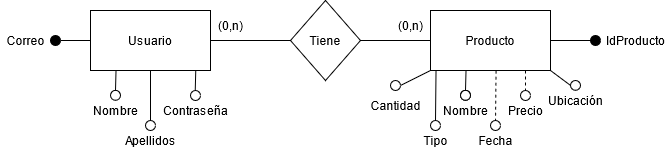
Earlier version of the draw.io export ModeloER/Modelo ER.png (AndreaMendez09/TFG_Gestion_Alimentaria_Del_Hogar). Source tidied: cells renumbered, new cells last; positions are measured from the earlier drawing's top-left corner, leaving out a move shared by most shapes. Source of this version:
```xml
<mxGraphModel>
  <root>
    <mxCell id="0" />
    <mxCell id="1" parent="0" />
    <mxCell id="2" value="Usuario" style="rounded=0;whiteSpace=wrap;html=1;" parent="1" vertex="1">
      <mxGeometry x="90" y="10" width="120" height="60" as="geometry" />
    </mxCell>
    <mxCell id="3" style="endArrow=none;html=1;exitX=1;exitY=0.5;exitDx=0;exitDy=0;" parent="1" edge="1" source="2" target="4">
      <mxGeometry relative="1" as="geometry" />
    </mxCell>
    <mxCell id="4" value="Tiene" style="rhombus;whiteSpace=wrap;html=1;" parent="1" vertex="1">
      <mxGeometry x="290" width="70" height="80" as="geometry" />
    </mxCell>
    <mxCell id="5" value="Producto" style="rounded=0;whiteSpace=wrap;html=1;" parent="1" vertex="1">
      <mxGeometry x="430" y="10" width="120" height="60" as="geometry" />
    </mxCell>
    <mxCell id="6" style="endArrow=none;html=1;entryX=0;entryY=0.5;entryDx=0;entryDy=0;exitX=1;exitY=0.5;exitDx=0;exitDy=0;" parent="1" edge="1" source="4" target="5">
      <mxGeometry relative="1" as="geometry" />
    </mxCell>
    <mxCell id="7" style="endArrow=none;html=1;entryX=1;entryY=0.5;entryDx=0;entryDy=0;" parent="1" edge="1" target="5">
      <mxGeometry relative="1" as="geometry">
        <mxPoint x="590" y="40" as="sourcePoint" />
      </mxGeometry>
    </mxCell>
    <mxCell id="8" style="ellipse;whiteSpace=wrap;html=1;fillColor=#000000;" parent="1" vertex="1">
      <mxGeometry x="590" y="35" width="10" height="10" as="geometry" />
    </mxCell>
    <mxCell id="9" value="IdProducto" style="text;html=1;align=center;verticalAlign=middle;" parent="1" vertex="1">
      <mxGeometry x="600" y="30" width="70" height="20" as="geometry" />
    </mxCell>
    <mxCell id="10" style="endArrow=none;html=1;exitX=0.546;exitY=1.003;exitDx=0;exitDy=0;entryX=0.5;entryY=0;entryDx=0;entryDy=0;exitPerimeter=0;dashed=1;" parent="1" edge="1" source="5" target="11">
      <mxGeometry relative="1" as="geometry" />
    </mxCell>
    <mxCell id="11" style="ellipse;whiteSpace=wrap;html=1;fillColor=#FFFFFF;" parent="1" vertex="1">
      <mxGeometry x="490" y="120" width="10" height="10" as="geometry" />
    </mxCell>
    <mxCell id="12" style="endArrow=none;html=1;entryX=0.5;entryY=0;entryDx=0;entryDy=0;dashed=1;" parent="1" edge="1" target="13">
      <mxGeometry relative="1" as="geometry">
        <mxPoint x="525" y="70" as="sourcePoint" />
      </mxGeometry>
    </mxCell>
    <mxCell id="13" style="ellipse;whiteSpace=wrap;html=1;fillColor=#FFFFFF;" parent="1" vertex="1">
      <mxGeometry x="520" y="90" width="10" height="10" as="geometry" />
    </mxCell>
    <mxCell id="14" style="endArrow=none;html=1;exitX=0.546;exitY=1.003;exitDx=0;exitDy=0;entryX=0.5;entryY=0;entryDx=0;entryDy=0;exitPerimeter=0;" parent="1" edge="1" target="15">
      <mxGeometry relative="1" as="geometry">
        <mxPoint x="465.5" y="70" as="sourcePoint" />
      </mxGeometry>
    </mxCell>
    <mxCell id="15" style="ellipse;whiteSpace=wrap;html=1;fillColor=#FFFFFF;" parent="1" vertex="1">
      <mxGeometry x="460" y="89.8" width="10" height="10" as="geometry" />
    </mxCell>
    <mxCell id="16" style="endArrow=none;html=1;exitX=0.546;exitY=1.003;exitDx=0;exitDy=0;entryX=0.5;entryY=0;entryDx=0;entryDy=0;exitPerimeter=0;" parent="1" edge="1" target="17">
      <mxGeometry relative="1" as="geometry">
        <mxPoint x="435.5" y="70.2" as="sourcePoint" />
      </mxGeometry>
    </mxCell>
    <mxCell id="17" style="ellipse;whiteSpace=wrap;html=1;fillColor=#FFFFFF;" parent="1" vertex="1">
      <mxGeometry x="430" y="120" width="10" height="10" as="geometry" />
    </mxCell>
    <mxCell id="18" value="Precio" style="text;html=1;align=center;verticalAlign=middle;" parent="1" vertex="1">
      <mxGeometry x="500" y="99.8" width="50" height="20" as="geometry" />
    </mxCell>
    <mxCell id="19" value="Fecha" style="text;html=1;align=center;verticalAlign=middle;" parent="1" vertex="1">
      <mxGeometry x="470" y="130" width="50" height="20" as="geometry" />
    </mxCell>
    <mxCell id="20" value="Nombre" style="text;html=1;align=center;verticalAlign=middle;" parent="1" vertex="1">
      <mxGeometry x="435" y="99.8" width="60" height="20" as="geometry" />
    </mxCell>
    <mxCell id="21" value="Tipo" style="text;html=1;align=center;verticalAlign=middle;" parent="1" vertex="1">
      <mxGeometry x="415" y="130" width="40" height="20" as="geometry" />
    </mxCell>
    <mxCell id="22" style="ellipse;whiteSpace=wrap;html=1;fillColor=#FFFFFF;" parent="1" vertex="1">
      <mxGeometry x="460" y="89.8" width="10" height="10" as="geometry" />
    </mxCell>
    <mxCell id="23" style="endArrow=none;html=1;exitX=1;exitY=1;exitDx=0;exitDy=0;entryX=0;entryY=0.5;entryDx=0;entryDy=0;" parent="1" edge="1" target="24">
      <mxGeometry relative="1" as="geometry">
        <mxPoint x="550" y="70" as="sourcePoint" />
      </mxGeometry>
    </mxCell>
    <mxCell id="24" style="ellipse;whiteSpace=wrap;html=1;fillColor=#FFFFFF;" parent="1" vertex="1">
      <mxGeometry x="570" y="80" width="10" height="9.8" as="geometry" />
    </mxCell>
    <mxCell id="25" value="Ubicación" style="text;html=1;align=center;verticalAlign=middle;" parent="1" vertex="1">
      <mxGeometry x="540" y="90" width="70" height="20" as="geometry" />
    </mxCell>
    <mxCell id="26" style="endArrow=none;html=1;exitX=0;exitY=1;exitDx=0;exitDy=0;entryX=1;entryY=0.5;entryDx=0;entryDy=0;" parent="1" edge="1" source="5" target="27">
      <mxGeometry relative="1" as="geometry" />
    </mxCell>
    <mxCell id="27" style="ellipse;whiteSpace=wrap;html=1;fillColor=#FFFFFF;" parent="1" vertex="1">
      <mxGeometry x="390" y="80" width="10" height="10" as="geometry" />
    </mxCell>
    <mxCell id="28" value="Cantidad" style="text;html=1;align=center;verticalAlign=middle;" parent="1" vertex="1">
      <mxGeometry x="360" y="94.9" width="70" height="20" as="geometry" />
    </mxCell>
    <mxCell id="29" style="endArrow=none;html=1;entryX=0;entryY=0.5;entryDx=0;entryDy=0;" parent="1" edge="1" source="30" target="2">
      <mxGeometry relative="1" as="geometry" />
    </mxCell>
    <mxCell id="30" style="ellipse;whiteSpace=wrap;html=1;fillColor=#000000;" parent="1" vertex="1">
      <mxGeometry x="50" y="35" width="10" height="10" as="geometry" />
    </mxCell>
    <mxCell id="31" style="endArrow=none;html=1;entryX=0;entryY=0.5;entryDx=0;entryDy=0;" parent="1" edge="1" target="30">
      <mxGeometry relative="1" as="geometry">
        <mxPoint x="50" y="40" as="sourcePoint" />
      </mxGeometry>
    </mxCell>
    <mxCell id="32" value="Correo" style="text;html=1;align=center;verticalAlign=middle;" parent="1" vertex="1">
      <mxGeometry y="30" width="50" height="20" as="geometry" />
    </mxCell>
    <mxCell id="33" style="endArrow=none;html=1;exitX=0.546;exitY=1.003;exitDx=0;exitDy=0;entryX=0.5;entryY=0;entryDx=0;entryDy=0;exitPerimeter=0;" parent="1" edge="1">
      <mxGeometry relative="1" as="geometry">
        <mxPoint x="115.5" y="70" as="sourcePoint" />
        <mxPoint x="115" y="89.8" as="targetPoint" />
      </mxGeometry>
    </mxCell>
    <mxCell id="34" style="ellipse;whiteSpace=wrap;html=1;fillColor=#FFFFFF;" parent="1" vertex="1">
      <mxGeometry x="110" y="89.8" width="10" height="10" as="geometry" />
    </mxCell>
    <mxCell id="35" value="Nombre" style="text;html=1;align=center;verticalAlign=middle;" parent="1" vertex="1">
      <mxGeometry x="85" y="100" width="60" height="20" as="geometry" />
    </mxCell>
    <mxCell id="36" style="endArrow=none;html=1;exitX=0.5;exitY=1;exitDx=0;exitDy=0;entryX=0.5;entryY=0;entryDx=0;entryDy=0;" parent="1" edge="1" source="2" target="37">
      <mxGeometry relative="1" as="geometry" />
    </mxCell>
    <mxCell id="37" style="ellipse;whiteSpace=wrap;html=1;fillColor=#FFFFFF;" parent="1" vertex="1">
      <mxGeometry x="145" y="120" width="10" height="10" as="geometry" />
    </mxCell>
    <mxCell id="38" value="Apellidos" style="text;html=1;align=center;verticalAlign=middle;" parent="1" vertex="1">
      <mxGeometry x="115" y="130" width="70" height="20" as="geometry" />
    </mxCell>
    <mxCell id="39" style="endArrow=none;html=1;exitX=0.546;exitY=1.003;exitDx=0;exitDy=0;entryX=0.5;entryY=0;entryDx=0;entryDy=0;exitPerimeter=0;" parent="1" edge="1">
      <mxGeometry relative="1" as="geometry">
        <mxPoint x="195.3" y="70" as="sourcePoint" />
        <mxPoint x="194.7" y="89.8" as="targetPoint" />
      </mxGeometry>
    </mxCell>
    <mxCell id="40" style="ellipse;whiteSpace=wrap;html=1;fillColor=#FFFFFF;" parent="1" vertex="1">
      <mxGeometry x="190" y="90" width="10" height="10" as="geometry" />
    </mxCell>
    <mxCell id="41" value="Contraseña" style="text;html=1;align=center;verticalAlign=middle;" parent="1" vertex="1">
      <mxGeometry x="155" y="99.8" width="80" height="20" as="geometry" />
    </mxCell>
    <mxCell id="42" value="(0,n)" style="text;html=1;align=center;verticalAlign=middle;" parent="1" vertex="1">
      <mxGeometry x="210" y="15" width="40" height="20" as="geometry" />
    </mxCell>
    <mxCell id="43" value="(0,n)" style="text;html=1;align=center;verticalAlign=middle;" parent="1" vertex="1">
      <mxGeometry x="390" y="15" width="40" height="20" as="geometry" />
    </mxCell>
  </root>
</mxGraphModel>
```
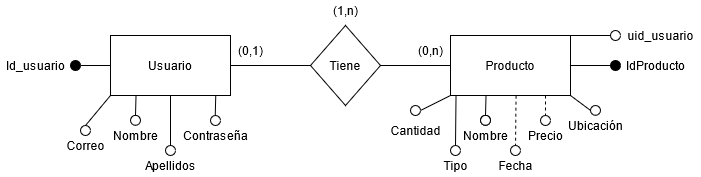
Above is the later version.

Commit message:
Cambios en la memoria, se crea el UML

What changed in the source:
```diff
@@ -104,8 +104,8 @@
         <mxPoint x="50" y="40" as="sourcePoint" />
       </mxGeometry>
     </mxCell>
-    <mxCell id="32" value="Correo" style="text;html=1;align=center;verticalAlign=middle;" parent="1" vertex="1">
-      <mxGeometry y="30" width="50" height="20" as="geometry" />
+    <mxCell id="32" value="Id_usuario" style="text;html=1;align=center;verticalAlign=middle;" parent="1" vertex="1">
+      <mxGeometry x="-20" y="30" width="70" height="20" as="geometry" />
     </mxCell>
     <mxCell id="33" style="endArrow=none;html=1;exitX=0.546;exitY=1.003;exitDx=0;exitDy=0;entryX=0.5;entryY=0;entryDx=0;entryDy=0;exitPerimeter=0;" parent="1" edge="1">
       <mxGeometry relative="1" as="geometry">
@@ -140,11 +140,37 @@
     <mxCell id="41" value="Contraseña" style="text;html=1;align=center;verticalAlign=middle;" parent="1" vertex="1">
       <mxGeometry x="155" y="99.8" width="80" height="20" as="geometry" />
     </mxCell>
-    <mxCell id="42" value="(0,n)" style="text;html=1;align=center;verticalAlign=middle;" parent="1" vertex="1">
+    <mxCell id="42" value="(0,1)" style="text;html=1;align=center;verticalAlign=middle;" parent="1" vertex="1">
       <mxGeometry x="210" y="15" width="40" height="20" as="geometry" />
     </mxCell>
     <mxCell id="43" value="(0,n)" style="text;html=1;align=center;verticalAlign=middle;" parent="1" vertex="1">
       <mxGeometry x="390" y="15" width="40" height="20" as="geometry" />
     </mxCell>
+    <mxCell id="44" style="endArrow=none;html=1;entryX=0;entryY=1;entryDx=0;entryDy=0;exitX=0.5;exitY=0;exitDx=0;exitDy=0;" parent="1" edge="1" source="45" target="2">
+      <mxGeometry relative="1" as="geometry" />
+    </mxCell>
+    <mxCell id="45" style="ellipse;whiteSpace=wrap;html=1;" parent="1" vertex="1">
+      <mxGeometry x="60" y="100" width="10" height="10" as="geometry" />
+    </mxCell>
+    <mxCell id="46" value="Correo" style="text;html=1;align=center;verticalAlign=middle;strokeColor=none;" parent="1" vertex="1">
+      <mxGeometry x="40" y="109.8" width="50" height="20" as="geometry" />
+    </mxCell>
+    <mxCell id="47" value="(1,n)" style="text;html=1;align=center;verticalAlign=middle;strokeColor=none;" parent="1" vertex="1">
+      <mxGeometry x="305" y="-25" width="40" height="20" as="geometry" />
+    </mxCell>
+    <mxCell id="48" style="endArrow=none;html=1;exitX=1;exitY=0;exitDx=0;exitDy=0;startArrow=none;" parent="1" edge="1" source="49">
+      <mxGeometry relative="1" as="geometry">
+        <mxPoint x="590" y="10" as="targetPoint" />
+      </mxGeometry>
+    </mxCell>
+    <mxCell id="49" style="ellipse;whiteSpace=wrap;html=1;" parent="1" vertex="1">
+      <mxGeometry x="590" y="5" width="10" height="10" as="geometry" />
+    </mxCell>
+    <mxCell id="50" style="endArrow=none;html=1;exitX=1;exitY=0;exitDx=0;exitDy=0;" parent="1" edge="1" source="5" target="49">
+      <mxGeometry relative="1" as="geometry" />
+    </mxCell>
+    <mxCell id="51" value="uid_usuario" style="text;html=1;align=center;verticalAlign=middle;strokeColor=none;" parent="1" vertex="1">
+      <mxGeometry x="600" width="80" height="20" as="geometry" />
+    </mxCell>
   </root>
 </mxGraphModel>
```
